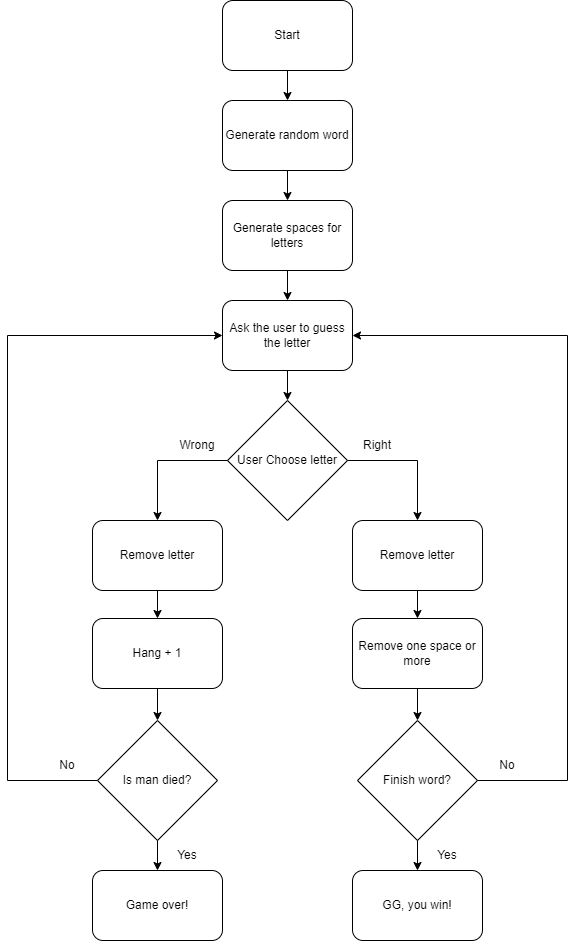
This is 100 Projects/Day 7 Project/Day 7 Final Project Hangman flow chart.png from HosamAyoub/Python-Pro-Bootcamp, a draw.io export, as it was before one commit. Source tidied: cells renumbered, new cells last; positions are measured from the earlier drawing's top-left corner, leaving out a move shared by most shapes.
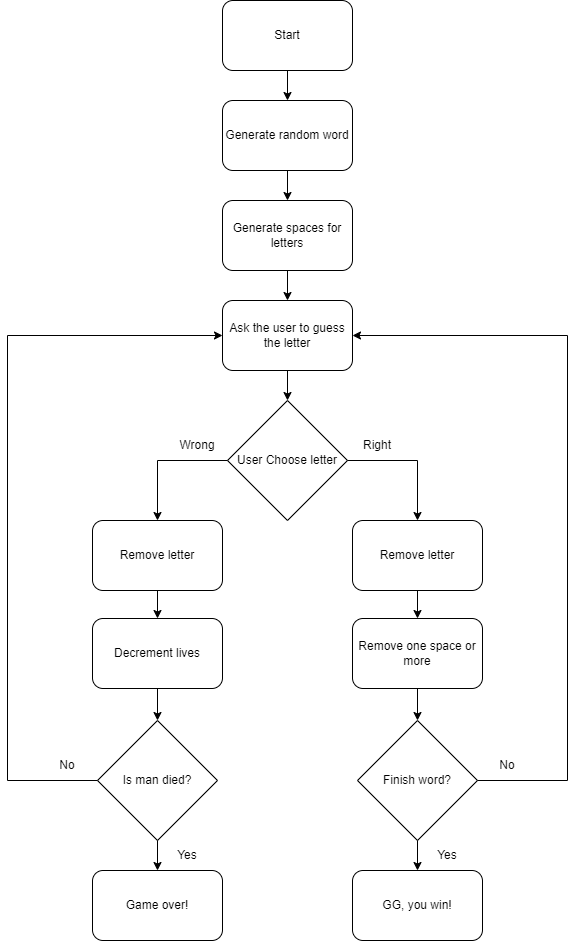
The same diagram one commit later.

The edit, as a diff of the source:
```diff
@@ -60,7 +60,7 @@
     <mxCell id="17" value="Remove one space or more" style="rounded=1;whiteSpace=wrap;html=1;" parent="1" vertex="1">
       <mxGeometry x="345" y="618" width="130" height="70" as="geometry" />
     </mxCell>
-    <mxCell id="18" value="Hang + 1" style="rounded=1;whiteSpace=wrap;html=1;" parent="1" vertex="1">
+    <mxCell id="18" value="Decrement lives" style="rounded=1;whiteSpace=wrap;html=1;" parent="1" vertex="1">
       <mxGeometry x="85" y="618" width="130" height="70" as="geometry" />
     </mxCell>
     <mxCell id="19" style="endArrow=classic;html=1;rounded=0;exitX=0.5;exitY=1;exitDx=0;exitDy=0;entryX=0.5;entryY=0;entryDx=0;entryDy=0;" parent="1" edge="1" source="9" target="18">
```
